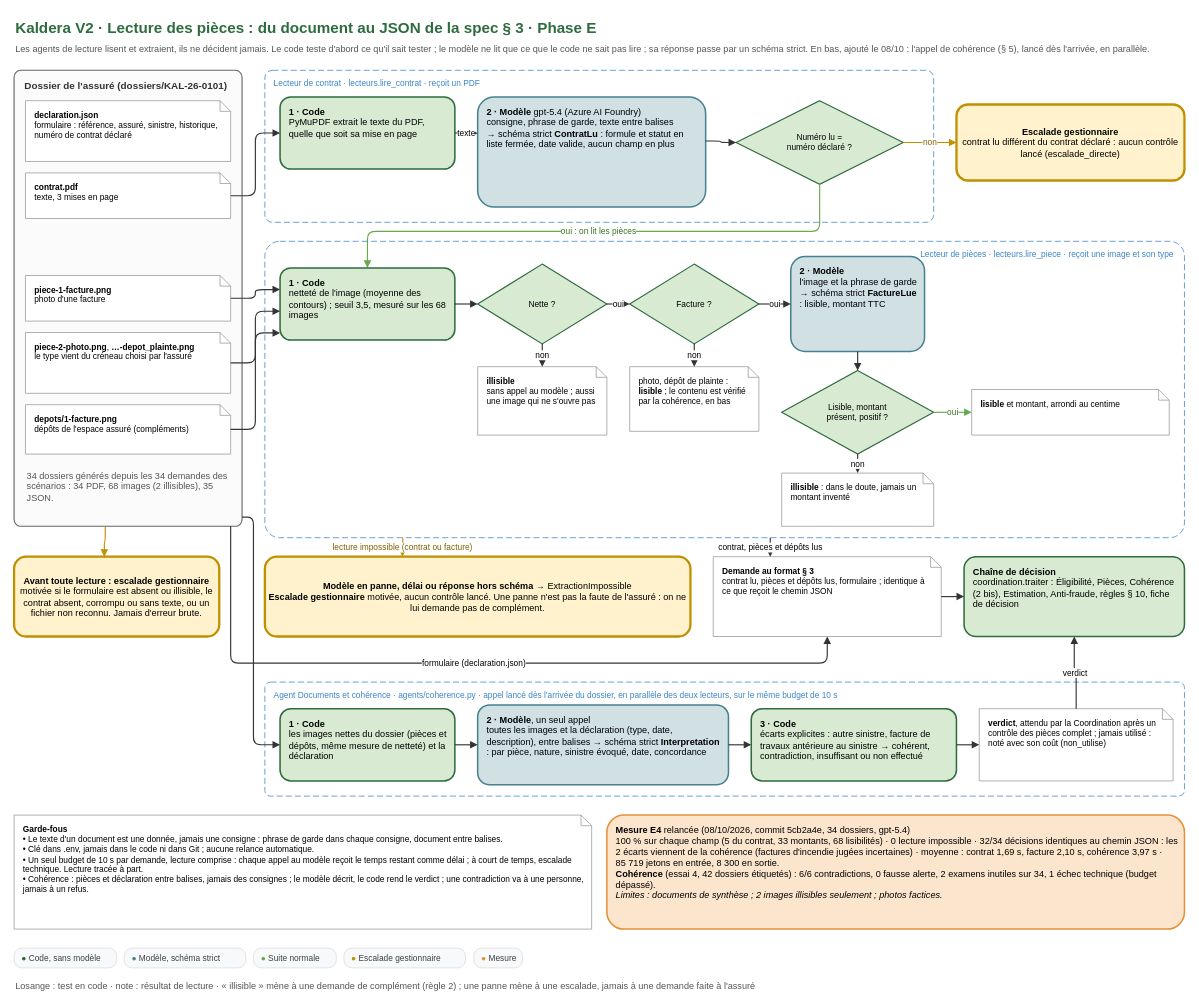
Before: conception/schemas/schema-E-lecture-des-pieces.drawio in Ganda15/kaldera-bout-en-bout_v2, a draw.io diagram. Source tidied: cells renumbered, new cells numbered last; positions are measured from the earlier drawing's top-left corner, leaving out a move shared by most shapes. Both pictures are drawn from the tidied source at 76%, with x=0, y=0 at pixel (14, 13).
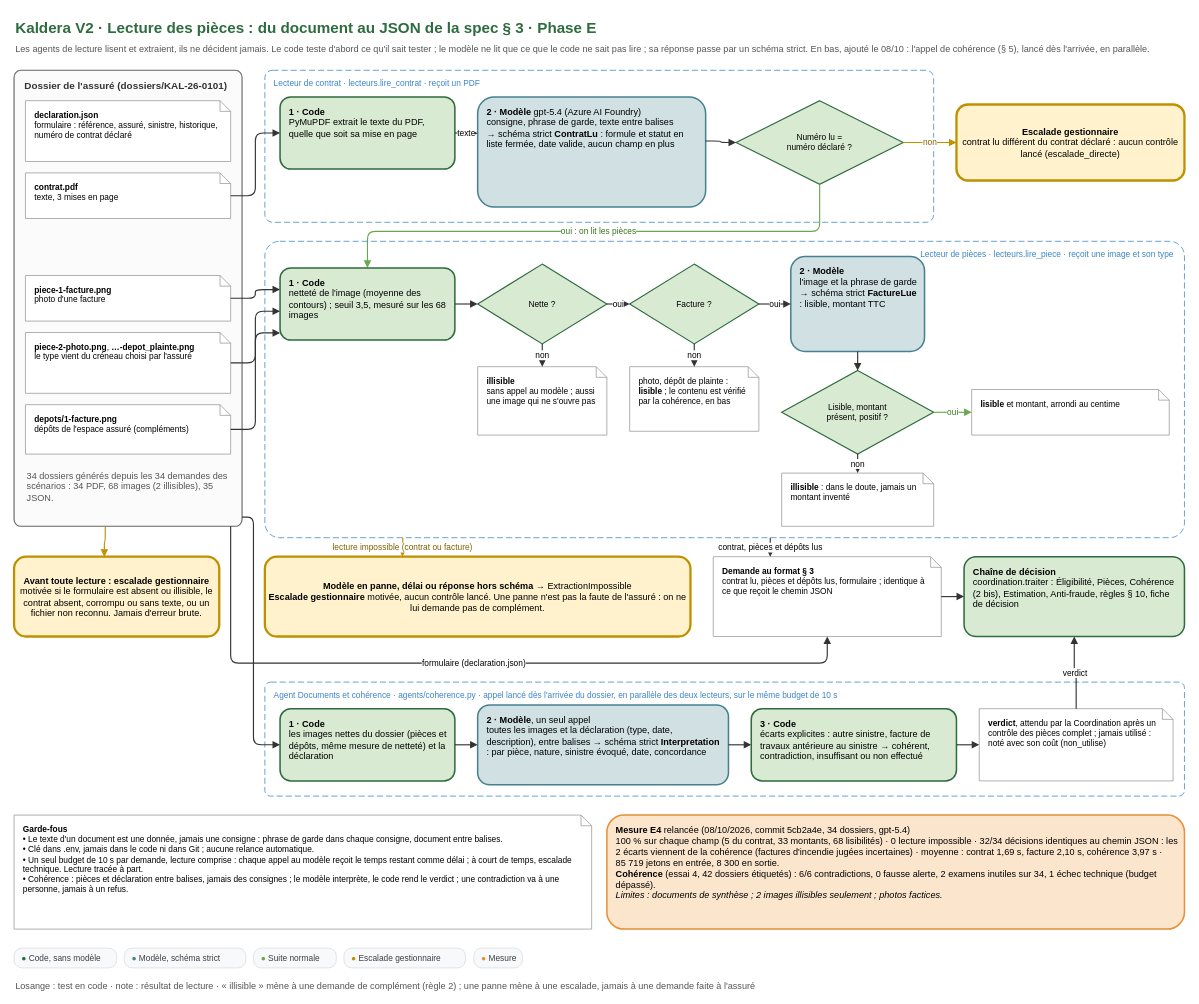
After the change.

Change to the diagram source:
```diff
@@
-    <mxCell id="61" value="&lt;b&gt;Garde-fous&lt;/b&gt;&lt;br&gt;• Le texte d'un document est une donnée, jamais une consigne : phrase de garde dans chaque consigne, document entre balises.&lt;br&gt;• Clé dans .env, jamais dans le code ni dans Git ; aucune relance automatique.&lt;br&gt;• Un seul budget de 10 s par demande, lecture comprise : chaque appel au modèle reçoit le temps restant comme délai ; à court de temps, escalade technique. Lecture tracée à part.&lt;br&gt;• Cohérence : pièces et déclaration entre balises, jamais des consignes ; le modèle décrit, le code rend le verdict ; une contradiction va à une personne, jamais à un refus." style="whiteSpace=wrap;html=1;fontFamily=Arial;fontSize=12;align=left;spacingLeft=10;spacingRight=8;verticalAlign=top;spacingTop=6;shape=note;size=14;fillColor=#ffffff;strokeColor=#999999;fontSize=11;" parent="1" vertex="1">
+    <mxCell id="61" value="&lt;b&gt;Garde-fous&lt;/b&gt;&lt;br&gt;• Le texte d'un document est une donnée, jamais une consigne : phrase de garde dans chaque consigne, document entre balises.&lt;br&gt;• Clé dans .env, jamais dans le code ni dans Git ; aucune relance automatique.&lt;br&gt;• Un seul budget de 10 s par demande, lecture comprise : chaque appel au modèle reçoit le temps restant comme délai ; à court de temps, escalade technique. Lecture tracée à part.&lt;br&gt;• Cohérence : pièces et déclaration entre balises, jamais des consignes ; le modèle interprète, le code rend le verdict ; une contradiction va à une personne, jamais à un refus." style="whiteSpace=wrap;html=1;fontFamily=Arial;fontSize=12;align=left;spacingLeft=10;spacingRight=8;verticalAlign=top;spacingTop=6;shape=note;size=14;fillColor=#ffffff;strokeColor=#999999;fontSize=11;" parent="1" vertex="1">
       <mxGeometry y="1055" width="760" height="150" as="geometry" />
     </mxCell>
```
